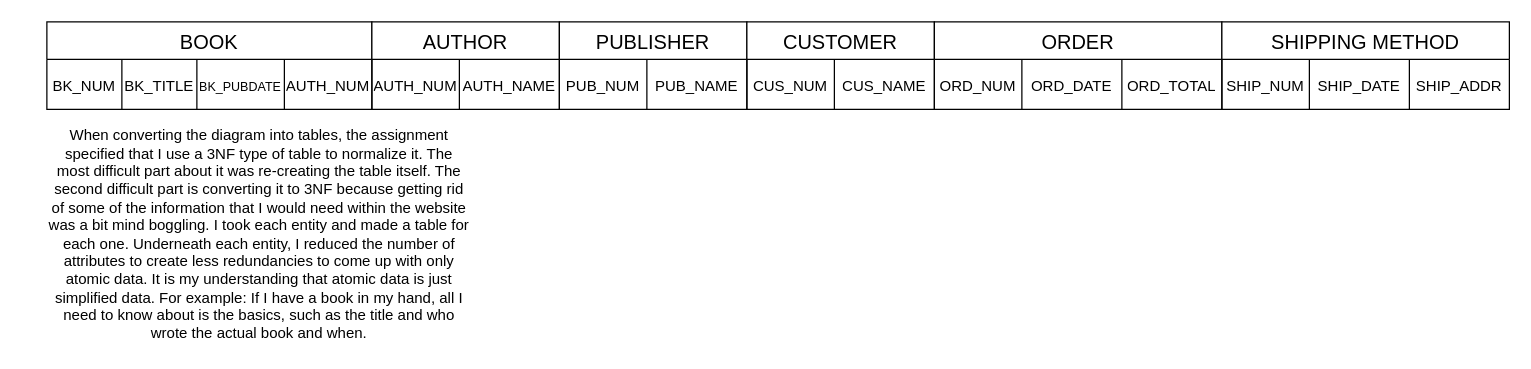
Before: page "Page-2" (2 of 2) of Untitled Diagram.drawio in ctingle3/ctingle3, a draw.io diagram. Source tidied: cells renumbered, new cells numbered last; positions are measured from the earlier drawing's top-left corner, leaving out a move shared by most shapes. Both pictures are drawn from the tidied source at 125%, with x=0, y=0 at pixel (46, 21).
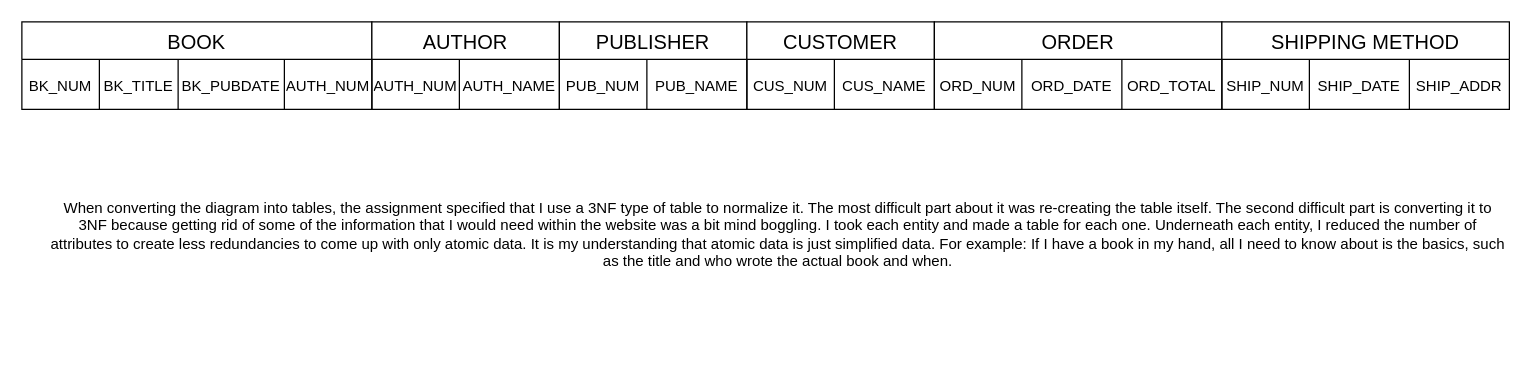
The same page after the edit.

The edit, as a diff of the source:
```diff
@@
     <mxCell id="2" value="BOOK" style="shape=table;startSize=30;childLayout=tableLayout;strokeColor=default;fontSize=16;" parent="1" vertex="1">
-      <mxGeometry width="260" height="70" as="geometry" />
+      <mxGeometry x="-20" width="280" height="70" as="geometry" />
     </mxCell>
     <mxCell id="3" style="shape=tableRow;horizontal=0;startSize=0;swimlaneHead=0;swimlaneBody=0;strokeColor=inherit;top=0;left=0;bottom=0;right=0;fillColor=none;fontSize=16;" parent="2" vertex="1">
-      <mxGeometry y="30" width="260" height="40" as="geometry" />
+      <mxGeometry y="30" width="280" height="40" as="geometry" />
     </mxCell>
     <mxCell id="4" value="&lt;font style=&quot;font-size: 12px;&quot;&gt;BK_NUM&lt;/font&gt;" style="shape=partialRectangle;html=1;whiteSpace=wrap;strokeColor=inherit;overflow=hidden;fillColor=none;top=0;left=0;bottom=0;right=0;fontSize=16;" parent="3" vertex="1">
-      <mxGeometry width="60" height="40" as="geometry" />
+      <mxGeometry width="62" height="40" as="geometry" />
     </mxCell>
     <mxCell id="5" value="&lt;font style=&quot;font-size: 12px;&quot;&gt;BK_TITLE&lt;/font&gt;" style="shape=partialRectangle;html=1;whiteSpace=wrap;strokeColor=inherit;overflow=hidden;fillColor=none;top=0;left=0;bottom=0;right=0;fontSize=16;" parent="3" vertex="1">
-      <mxGeometry x="60" width="60" height="40" as="geometry" />
+      <mxGeometry x="62" width="63" height="40" as="geometry" />
     </mxCell>
-    <mxCell id="6" value="&lt;font size=&quot;1&quot;&gt;BK_PUBDATE&lt;/font&gt;" style="shape=partialRectangle;html=1;whiteSpace=wrap;strokeColor=inherit;overflow=hidden;fillColor=none;top=0;left=0;bottom=0;right=0;fontSize=16;" parent="3" vertex="1">
-      <mxGeometry x="120" width="70" height="40" as="geometry" />
+    <mxCell id="6" value="&lt;font style=&quot;font-size: 12px;&quot;&gt;BK_PUBDATE&lt;/font&gt;" style="shape=partialRectangle;html=1;whiteSpace=wrap;strokeColor=inherit;overflow=hidden;fillColor=none;top=0;left=0;bottom=0;right=0;fontSize=16;" parent="3" vertex="1">
+      <mxGeometry x="125" width="85" height="40" as="geometry" />
     </mxCell>
     <mxCell id="7" value="&lt;font style=&quot;font-size: 12px;&quot;&gt;AUTH_NUM&lt;/font&gt;" style="shape=partialRectangle;html=1;whiteSpace=wrap;strokeColor=inherit;overflow=hidden;fillColor=none;top=0;left=0;bottom=0;right=0;fontSize=16;" parent="3" vertex="1">
-      <mxGeometry x="190" width="70" height="40" as="geometry" />
+      <mxGeometry x="210" width="70" height="40" as="geometry" />
     </mxCell>
@@
     <mxCell id="30" value="When converting the diagram into tables, the assignment specified that I use a 3NF type of table to normalize it. The most difficult part about it was re-creating the table itself. The second difficult part is converting it to 3NF because getting rid of some of the information that I would need within the website was a bit mind boggling. I took each entity and made a table for each one. Underneath each entity, I reduced the number of attributes to create less redundancies to come up with only atomic data. It is my understanding that atomic data is just simplified data. For example: If I have a book in my hand, all I need to know about is the basics, such as the title and who wrote the actual book and when." style="text;html=1;align=center;verticalAlign=middle;whiteSpace=wrap;rounded=0;" parent="1" vertex="1">
-      <mxGeometry y="80" width="340" height="180" as="geometry" />
+      <mxGeometry y="80" width="1170" height="180" as="geometry" />
     </mxCell>
```
